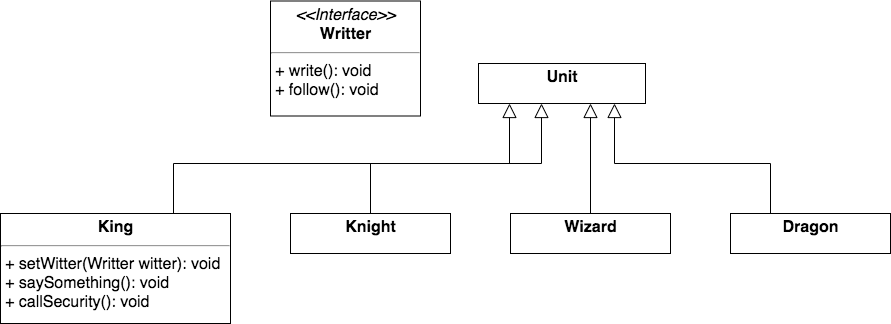
This is java/interface/assets/readme-02.png from it-cube-miass/java-android, a draw.io export, as it was before one commit. Source tidied: cells renumbered, new cells last; positions are measured from the earlier drawing's top-left corner, leaving out a move shared by most shapes. The source it was exported from:
```xml
<mxGraphModel>
  <root>
    <mxCell id="0" />
    <mxCell id="1" parent="0" />
    <mxCell id="2" value="&lt;p style=&quot;margin: 4px 0px 0px ; text-align: center ; font-size: 16px&quot;&gt;&lt;b style=&quot;font-size: 16px&quot;&gt;Unit&lt;/b&gt;&lt;/p&gt;&lt;p style=&quot;margin: 0px 0px 0px 4px ; font-size: 16px&quot;&gt;&lt;br&gt;&lt;/p&gt;" style="verticalAlign=top;align=left;overflow=fill;fontSize=16;fontFamily=Helvetica;html=1;strokeWidth=1;" parent="1" vertex="1">
      <mxGeometry x="478" y="62" width="167" height="40" as="geometry" />
    </mxCell>
    <mxCell id="3" style="edgeStyle=orthogonalEdgeStyle;rounded=0;jettySize=auto;html=1;exitX=0.5;exitY=0;exitDx=0;exitDy=0;entryX=0.669;entryY=0.992;entryDx=0;entryDy=0;entryPerimeter=0;endArrow=block;endFill=0;endSize=12;strokeWidth=1;fontSize=16;" parent="1" edge="1" source="4" target="2">
      <mxGeometry relative="1" as="geometry" />
    </mxCell>
    <mxCell id="4" value="&lt;p style=&quot;margin: 4px 0px 0px; text-align: center; font-size: 16px;&quot;&gt;&lt;b style=&quot;font-size: 16px;&quot;&gt;Wizard&lt;/b&gt;&lt;/p&gt;" style="verticalAlign=top;align=left;overflow=fill;fontSize=16;fontFamily=Helvetica;html=1;strokeWidth=1;" parent="1" vertex="1">
      <mxGeometry x="510" y="212" width="160" height="40" as="geometry" />
    </mxCell>
    <mxCell id="5" style="edgeStyle=orthogonalEdgeStyle;rounded=0;jettySize=auto;html=1;exitX=0.5;exitY=0;exitDx=0;exitDy=0;entryX=0.375;entryY=1;entryDx=0;entryDy=0;entryPerimeter=0;endArrow=block;endFill=0;endSize=12;strokeWidth=1;fontSize=16;" parent="1" edge="1" source="6" target="2">
      <mxGeometry relative="1" as="geometry" />
    </mxCell>
    <mxCell id="6" value="&lt;p style=&quot;margin: 4px 0px 0px; text-align: center; font-size: 16px;&quot;&gt;&lt;b style=&quot;font-size: 16px;&quot;&gt;Knight&lt;/b&gt;&lt;/p&gt;&lt;p style=&quot;margin: 0px 0px 0px 4px; font-size: 16px;&quot;&gt;&lt;br style=&quot;font-size: 16px;&quot;&gt;&lt;/p&gt;" style="verticalAlign=top;align=left;overflow=fill;fontSize=16;fontFamily=Helvetica;html=1;strokeWidth=1;" parent="1" vertex="1">
      <mxGeometry x="290" y="212" width="160" height="40" as="geometry" />
    </mxCell>
    <mxCell id="7" style="edgeStyle=orthogonalEdgeStyle;rounded=0;jettySize=auto;html=1;exitX=0.25;exitY=0;exitDx=0;exitDy=0;entryX=0.813;entryY=1;entryDx=0;entryDy=0;entryPerimeter=0;endArrow=block;endFill=0;endSize=12;strokeWidth=1;fontSize=16;" parent="1" edge="1" source="8" target="2">
      <mxGeometry relative="1" as="geometry" />
    </mxCell>
    <mxCell id="8" value="&lt;p style=&quot;margin: 4px 0px 0px; text-align: center; font-size: 16px;&quot;&gt;&lt;b style=&quot;font-size: 16px;&quot;&gt;Dragon&lt;/b&gt;&lt;/p&gt;&lt;p style=&quot;margin: 0px 0px 0px 4px; font-size: 16px;&quot;&gt;&lt;br style=&quot;font-size: 16px;&quot;&gt;&lt;/p&gt;" style="verticalAlign=top;align=left;overflow=fill;fontSize=16;fontFamily=Helvetica;html=1;strokeWidth=1;" parent="1" vertex="1">
      <mxGeometry x="730" y="212" width="160" height="40" as="geometry" />
    </mxCell>
    <mxCell id="9" style="edgeStyle=orthogonalEdgeStyle;rounded=0;jettySize=auto;html=1;exitX=0.75;exitY=0;exitDx=0;exitDy=0;entryX=0.188;entryY=1;entryDx=0;entryDy=0;entryPerimeter=0;endArrow=block;endFill=0;endSize=12;strokeWidth=1;fontSize=16;" parent="1" edge="1" source="10" target="2">
      <mxGeometry relative="1" as="geometry" />
    </mxCell>
    <mxCell id="10" value="&lt;p style=&quot;margin: 4px 0px 0px ; text-align: center ; font-size: 16px&quot;&gt;&lt;b style=&quot;font-size: 16px&quot;&gt;King&lt;/b&gt;&lt;/p&gt;&lt;hr style=&quot;font-size: 16px&quot;&gt;&lt;p style=&quot;margin: 0px 0px 0px 4px ; font-size: 16px&quot;&gt;+ setWitter(Writter witter): void&amp;nbsp;&lt;/p&gt;&lt;p style=&quot;margin: 0px 0px 0px 4px ; font-size: 16px&quot;&gt;+ saySomething(): void&lt;/p&gt;&lt;p style=&quot;margin: 0px 0px 0px 4px ; font-size: 16px&quot;&gt;+&amp;nbsp;&lt;span style=&quot;background-color: rgb(255 , 255 , 255)&quot;&gt;callSecurity&lt;/span&gt;(): void&lt;/p&gt;" style="verticalAlign=top;align=left;overflow=fill;fontSize=16;fontFamily=Helvetica;html=1;strokeWidth=1;" parent="1" vertex="1">
      <mxGeometry y="212" width="230" height="110" as="geometry" />
    </mxCell>
    <mxCell id="11" value="&lt;p style=&quot;margin: 4px 0px 0px ; text-align: center ; font-size: 16px&quot;&gt;&lt;i style=&quot;font-size: 16px&quot;&gt;&amp;lt;&amp;lt;Interface&amp;gt;&amp;gt;&lt;/i&gt;&lt;br style=&quot;font-size: 16px&quot;&gt;&lt;b style=&quot;font-size: 16px&quot;&gt;&lt;font style=&quot;font-size: 16px&quot;&gt;Writter&lt;/font&gt;&lt;/b&gt;&lt;/p&gt;&lt;hr style=&quot;font-size: 16px&quot;&gt;&lt;p style=&quot;margin: 0px 0px 0px 4px ; font-size: 16px&quot;&gt;+ write(): void&lt;br style=&quot;font-size: 16px&quot;&gt;+ follow(): void&lt;/p&gt;" style="verticalAlign=top;align=left;overflow=fill;fontSize=16;fontFamily=Helvetica;html=1;strokeWidth=1;" parent="1" vertex="1">
      <mxGeometry x="270" y="-0.5" width="150" height="115" as="geometry" />
    </mxCell>
  </root>
</mxGraphModel>
```
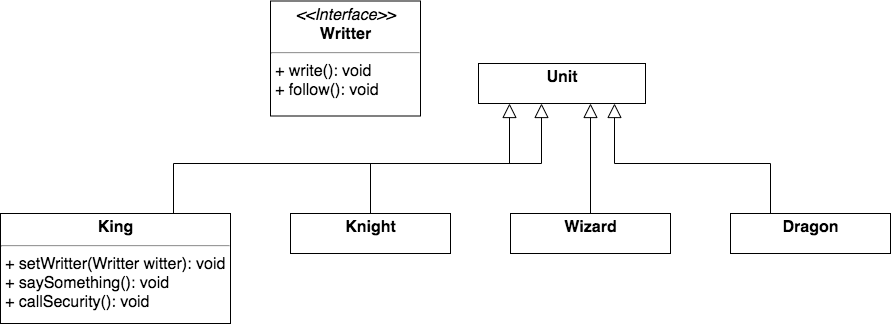
The same file after the commit.

The edit, as a diff of the source:
```diff
@@ -26,7 +26,7 @@
     <mxCell id="9" style="edgeStyle=orthogonalEdgeStyle;rounded=0;jettySize=auto;html=1;exitX=0.75;exitY=0;exitDx=0;exitDy=0;entryX=0.188;entryY=1;entryDx=0;entryDy=0;entryPerimeter=0;endArrow=block;endFill=0;endSize=12;strokeWidth=1;fontSize=16;" parent="1" edge="1" source="10" target="2">
       <mxGeometry relative="1" as="geometry" />
     </mxCell>
-    <mxCell id="10" value="&lt;p style=&quot;margin: 4px 0px 0px ; text-align: center ; font-size: 16px&quot;&gt;&lt;b style=&quot;font-size: 16px&quot;&gt;King&lt;/b&gt;&lt;/p&gt;&lt;hr style=&quot;font-size: 16px&quot;&gt;&lt;p style=&quot;margin: 0px 0px 0px 4px ; font-size: 16px&quot;&gt;+ setWitter(Writter witter): void&amp;nbsp;&lt;/p&gt;&lt;p style=&quot;margin: 0px 0px 0px 4px ; font-size: 16px&quot;&gt;+ saySomething(): void&lt;/p&gt;&lt;p style=&quot;margin: 0px 0px 0px 4px ; font-size: 16px&quot;&gt;+&amp;nbsp;&lt;span style=&quot;background-color: rgb(255 , 255 , 255)&quot;&gt;callSecurity&lt;/span&gt;(): void&lt;/p&gt;" style="verticalAlign=top;align=left;overflow=fill;fontSize=16;fontFamily=Helvetica;html=1;strokeWidth=1;" parent="1" vertex="1">
+    <mxCell id="10" value="&lt;p style=&quot;margin: 4px 0px 0px ; text-align: center ; font-size: 16px&quot;&gt;&lt;b style=&quot;font-size: 16px&quot;&gt;King&lt;/b&gt;&lt;/p&gt;&lt;hr style=&quot;font-size: 16px&quot;&gt;&lt;p style=&quot;margin: 0px 0px 0px 4px ; font-size: 16px&quot;&gt;+ setWritter(Writter witter): void&amp;nbsp;&lt;/p&gt;&lt;p style=&quot;margin: 0px 0px 0px 4px ; font-size: 16px&quot;&gt;+ saySomething(): void&lt;/p&gt;&lt;p style=&quot;margin: 0px 0px 0px 4px ; font-size: 16px&quot;&gt;+&amp;nbsp;&lt;span style=&quot;background-color: rgb(255 , 255 , 255)&quot;&gt;callSecurity&lt;/span&gt;(): void&lt;/p&gt;" style="verticalAlign=top;align=left;overflow=fill;fontSize=16;fontFamily=Helvetica;html=1;strokeWidth=1;" parent="1" vertex="1">
       <mxGeometry y="212" width="230" height="110" as="geometry" />
     </mxCell>
     <mxCell id="11" value="&lt;p style=&quot;margin: 4px 0px 0px ; text-align: center ; font-size: 16px&quot;&gt;&lt;i style=&quot;font-size: 16px&quot;&gt;&amp;lt;&amp;lt;Interface&amp;gt;&amp;gt;&lt;/i&gt;&lt;br style=&quot;font-size: 16px&quot;&gt;&lt;b style=&quot;font-size: 16px&quot;&gt;&lt;font style=&quot;font-size: 16px&quot;&gt;Writter&lt;/font&gt;&lt;/b&gt;&lt;/p&gt;&lt;hr style=&quot;font-size: 16px&quot;&gt;&lt;p style=&quot;margin: 0px 0px 0px 4px ; font-size: 16px&quot;&gt;+ write(): void&lt;br style=&quot;font-size: 16px&quot;&gt;+ follow(): void&lt;/p&gt;" style="verticalAlign=top;align=left;overflow=fill;fontSize=16;fontFamily=Helvetica;html=1;strokeWidth=1;" parent="1" vertex="1">
```
